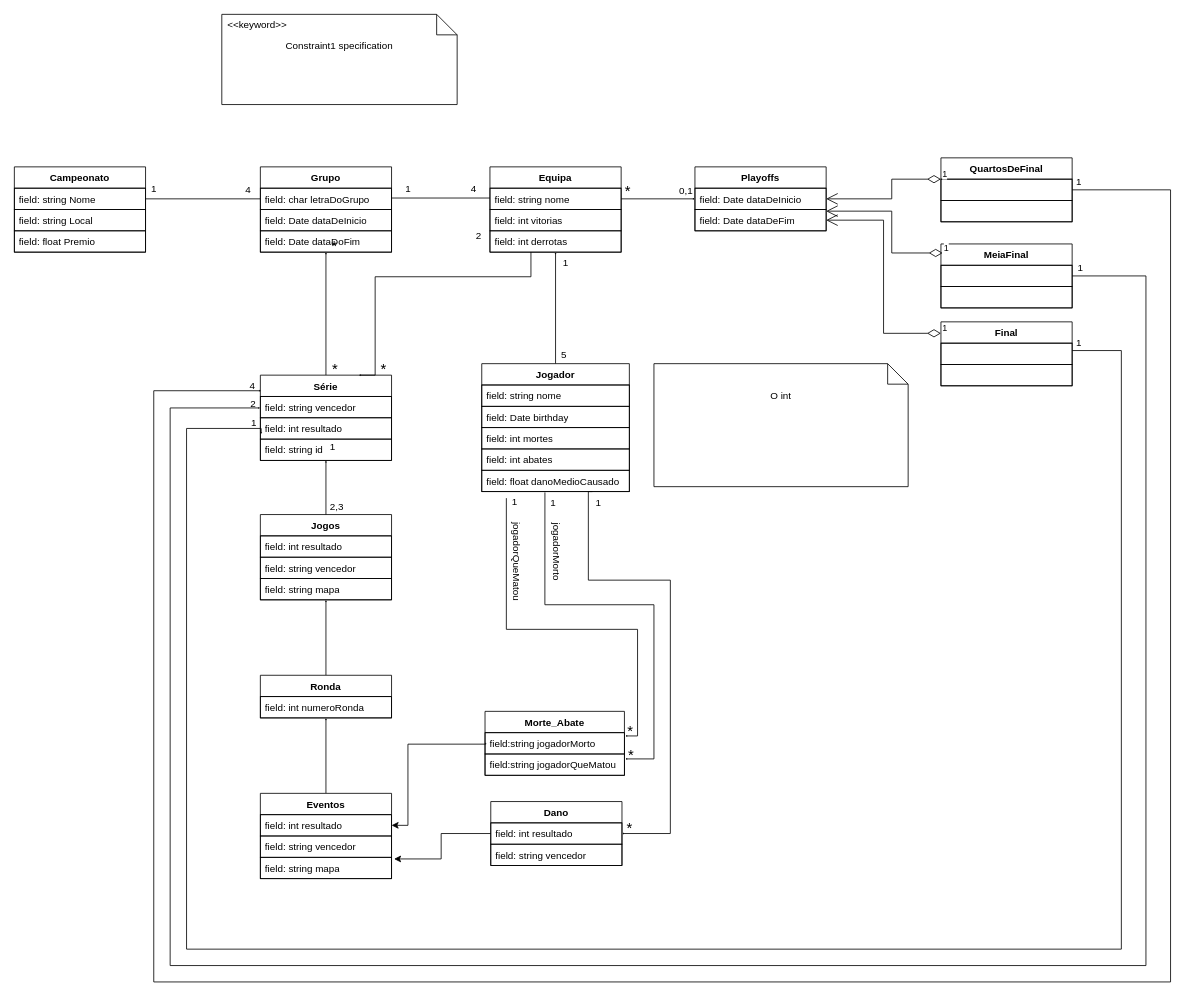
Before: CampeonatoCS.drawio in esperaumbocado/Project_BD, a draw.io diagram. Source tidied: cells renumbered, new cells numbered last; positions are measured from the earlier drawing's top-left corner, leaving out a move shared by most shapes. Both pictures are drawn from the tidied source at 82%, with x=0, y=0 at pixel (14, 14).
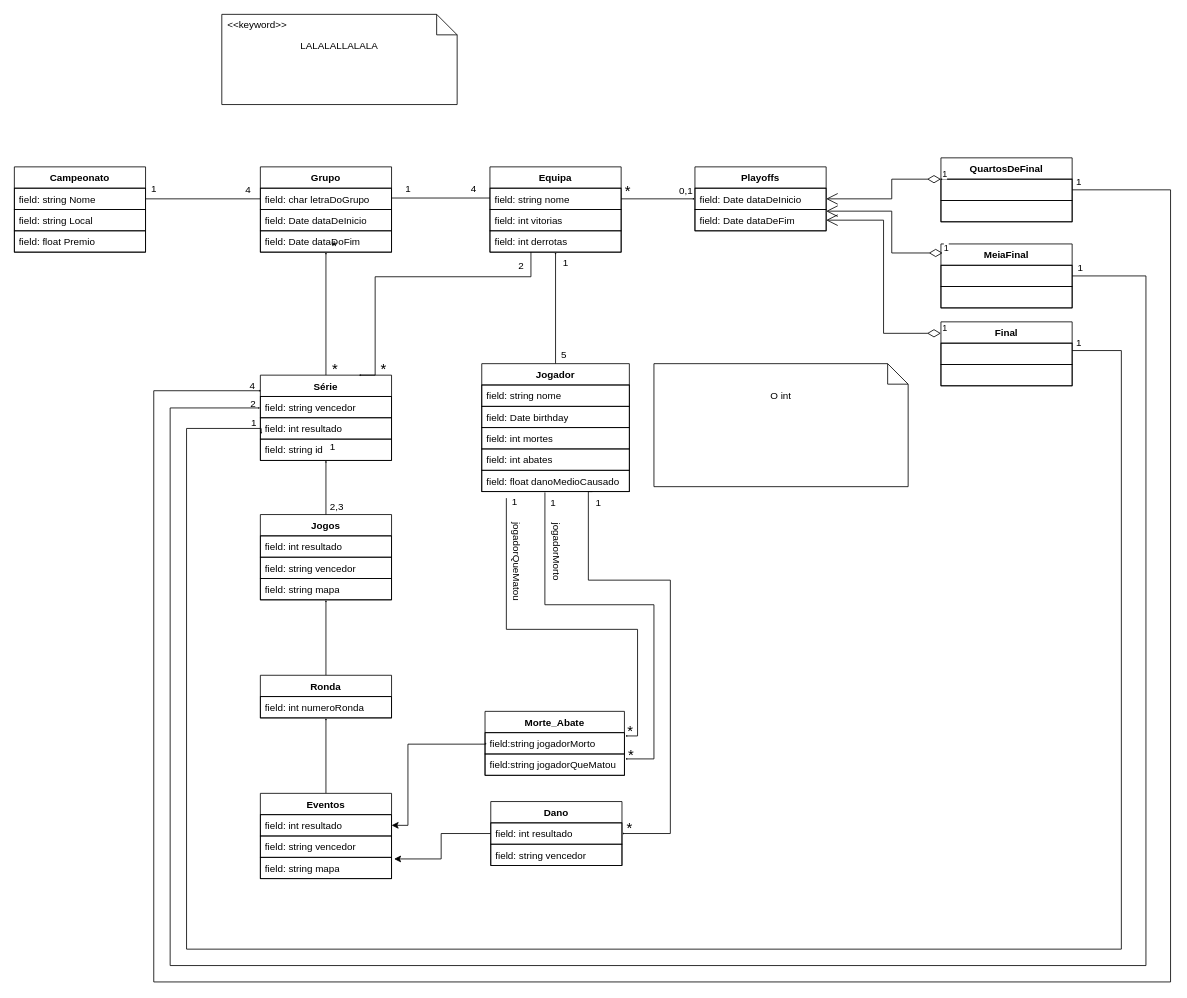
The same diagram, later.

What changed in the source:
```diff
@@
-    <mxCell id="2" value="Constraint1 specification" style="shape=note2;boundedLbl=1;whiteSpace=wrap;html=1;size=25;verticalAlign=top;align=center;" parent="1" vertex="1">
+    <mxCell id="2" value="LALALALLALALA" style="shape=note2;boundedLbl=1;whiteSpace=wrap;html=1;size=25;verticalAlign=top;align=center;" parent="1" vertex="1">
       <mxGeometry x="253" width="287" height="110" as="geometry" />
     </mxCell>
@@
     <mxCell id="75" value="2" style="text;html=1;align=center;verticalAlign=middle;strokeColor=none;fillColor=none;" parent="1" vertex="1">
-      <mxGeometry x="551" y="255" width="30" height="30" as="geometry" />
+      <mxGeometry x="603" y="292" width="30" height="30" as="geometry" />
     </mxCell>
```
